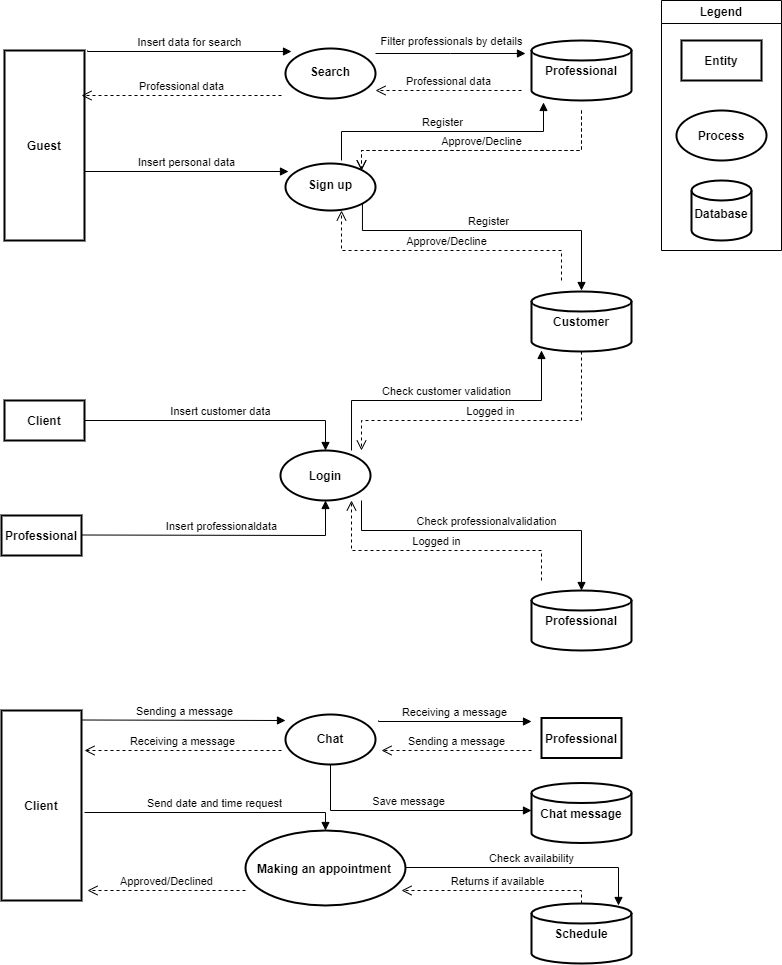
The draw.io diagram PRO4U_DFD.drawio.png in redhat-beyond/Pro4U, before a commit. Source tidied: cells renumbered, new cells last; positions are measured from the earlier drawing's top-left corner, leaving out a move shared by most shapes.
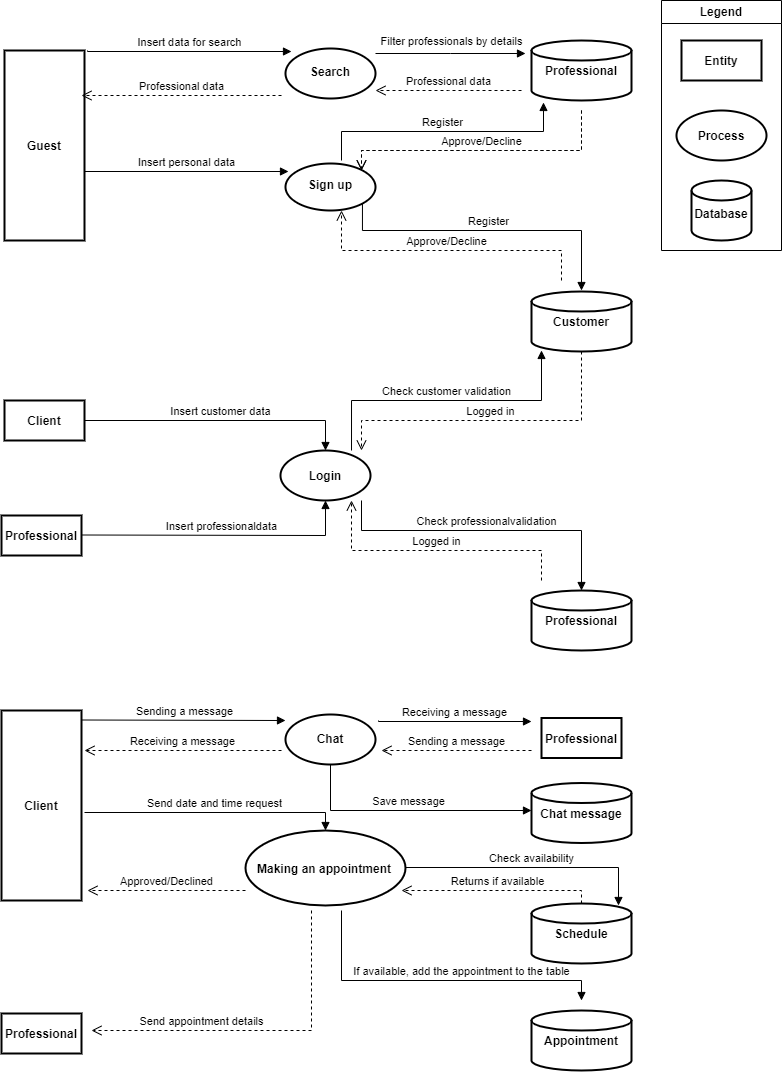
The same file after the commit.

The edit, as a diff of the source:
```diff
@@ -290,5 +290,35 @@
         <mxPoint x="86" y="890" as="targetPoint" />
       </mxGeometry>
     </mxCell>
+    <mxCell id="64" style="strokeWidth=2;html=1;shape=mxgraph.flowchart.database;whiteSpace=wrap;" parent="1" vertex="1">
+      <mxGeometry x="530" y="1010" width="100" height="60" as="geometry" />
+    </mxCell>
+    <mxCell id="65" value="Appointment" style="text;align=center;fontStyle=1;verticalAlign=middle;spacingLeft=3;spacingRight=3;strokeColor=none;" parent="1" vertex="1">
+      <mxGeometry x="540" y="1027" width="80" height="26" as="geometry" />
+    </mxCell>
+    <mxCell id="66" style="verticalLabelPosition=bottom;verticalAlign=top;html=1;shape=mxgraph.basic.rect;fillColor2=none;strokeWidth=2;size=20;indent=5;" parent="1" vertex="1">
+      <mxGeometry y="1013" width="80" height="40" as="geometry" />
+    </mxCell>
+    <mxCell id="67" value="Professional" style="text;align=center;fontStyle=1;verticalAlign=middle;spacingLeft=3;spacingRight=3;strokeColor=none;" parent="1" vertex="1">
+      <mxGeometry y="1018" width="80" height="30" as="geometry" />
+    </mxCell>
+    <mxCell id="68" value="If available, add the appointment to the table" style="html=1;verticalAlign=bottom;endArrow=block;edgeStyle=elbowEdgeStyle;elbow=vertical;curved=0;rounded=0;" parent="1" edge="1">
+      <mxGeometry x="0.15" relative="1" as="geometry">
+        <mxPoint x="340" y="910" as="sourcePoint" />
+        <mxPoint x="580" y="1000" as="targetPoint" />
+        <Array as="points">
+          <mxPoint x="460" y="980" />
+        </Array>
+      </mxGeometry>
+    </mxCell>
+    <mxCell id="69" value="Send appointment details" style="html=1;verticalAlign=bottom;endArrow=open;dashed=1;endSize=8;edgeStyle=elbowEdgeStyle;elbow=vertical;curved=0;rounded=0;" parent="1" edge="1">
+      <mxGeometry x="0.35" relative="1" as="geometry">
+        <mxPoint x="310" y="910" as="sourcePoint" />
+        <mxPoint x="90" y="1030" as="targetPoint" />
+        <Array as="points">
+          <mxPoint x="220" y="1030" />
+        </Array>
+      </mxGeometry>
+    </mxCell>
   </root>
 </mxGraphModel>
```
